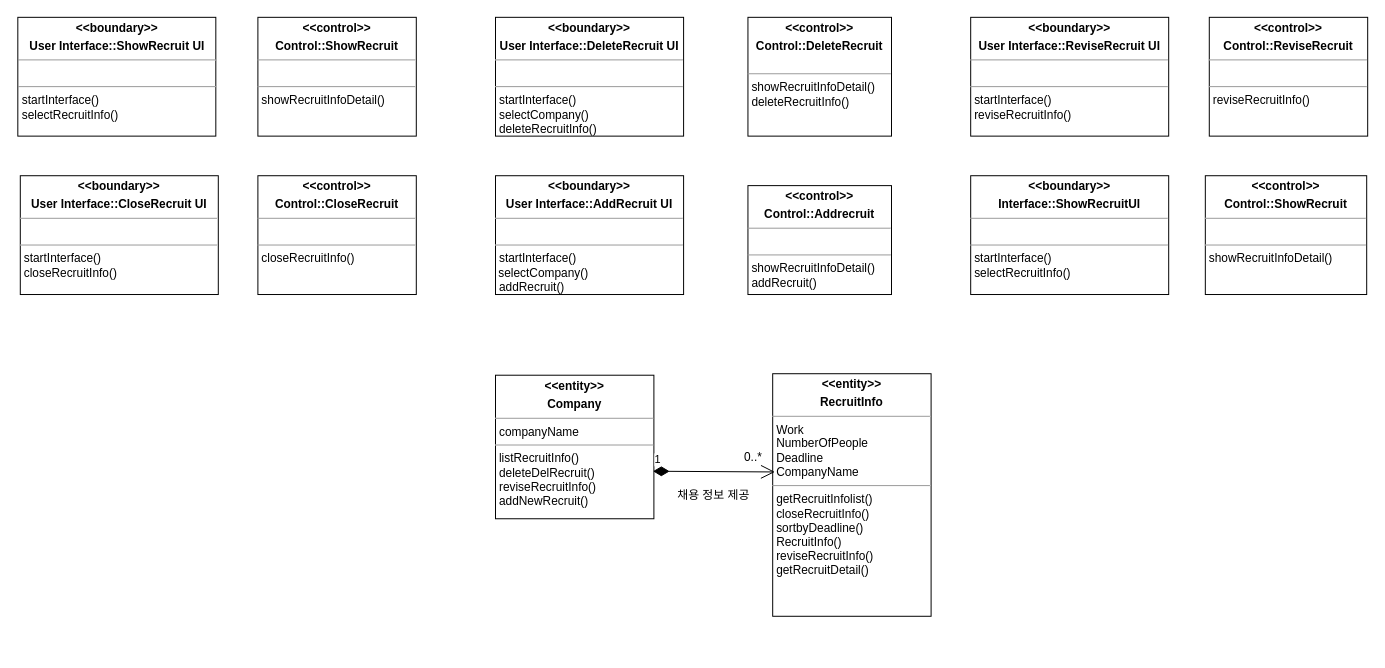
KimTaemin-Git/SE2 keeps this draw.io diagram as Seongyu/AnalysisDiagram_B715102_유선규.drawio. Above is the earlier version. Source tidied: cells renumbered, new cells numbered last; positions are measured from the earlier drawing's top-left corner, leaving out a move shared by most shapes. Both pictures are drawn from the tidied source at 99%, with x=0, y=0 at pixel (18, 17).
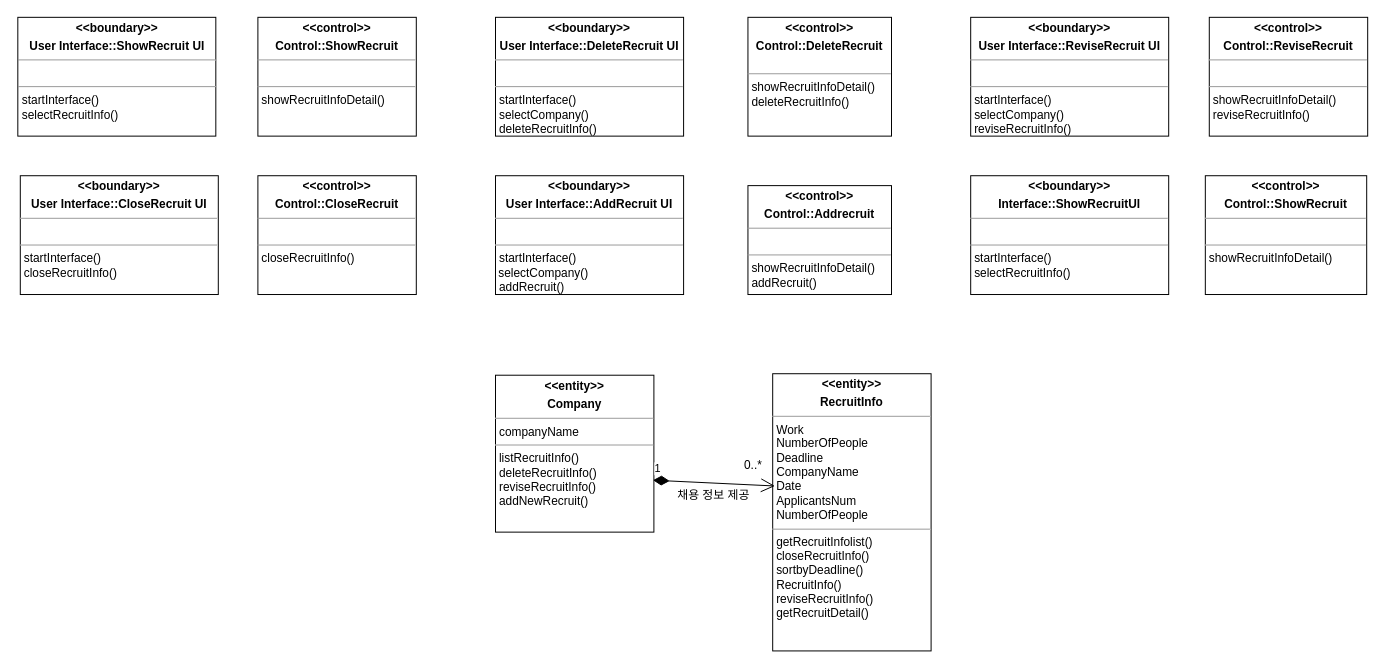
The same diagram, later.

Diff of the diagram source:
```diff
@@
 <mxGraphModel>
   <root>
     <mxCell id="0" />
     <mxCell id="1" parent="0" />
     <mxCell id="2" value="&lt;p style=&quot;margin:0px;margin-top:4px;text-align:center;&quot;&gt;&lt;b&gt;&amp;lt;&amp;lt;boundary&amp;gt;&amp;gt;&lt;/b&gt;&lt;/p&gt;&lt;p style=&quot;margin:0px;margin-top:4px;text-align:center;&quot;&gt;&lt;b&gt;User Interface::CloseRecruit UI&lt;/b&gt;&lt;/p&gt;&lt;hr size=&quot;1&quot;&gt;&lt;p style=&quot;margin:0px;margin-left:4px;&quot;&gt;&lt;br&gt;&lt;/p&gt;&lt;hr size=&quot;1&quot;&gt;&lt;p style=&quot;margin:0px;margin-left:4px;&quot;&gt;startInterface()&lt;/p&gt;&lt;p style=&quot;margin:0px;margin-left:4px;&quot;&gt;closeRecruitInfo()&lt;/p&gt;&lt;p style=&quot;margin:0px;margin-left:4px;&quot;&gt;&lt;br&gt;&lt;/p&gt;" style="verticalAlign=top;align=left;overflow=fill;fontSize=12;fontFamily=Helvetica;html=1;whiteSpace=wrap;" parent="1" vertex="1">
       <mxGeometry x="2" y="160" width="200" height="120" as="geometry" />
     </mxCell>
     <mxCell id="3" value="&lt;p style=&quot;margin:0px;margin-top:4px;text-align:center;&quot;&gt;&lt;b&gt;&amp;lt;&amp;lt;control&amp;gt;&amp;gt;&lt;/b&gt;&lt;/p&gt;&lt;p style=&quot;margin:0px;margin-top:4px;text-align:center;&quot;&gt;&lt;b&gt;Control::CloseRecruit&lt;/b&gt;&lt;/p&gt;&lt;hr size=&quot;1&quot;&gt;&lt;p style=&quot;margin:0px;margin-left:4px;&quot;&gt;&lt;br&gt;&lt;/p&gt;&lt;hr size=&quot;1&quot;&gt;&lt;p style=&quot;margin:0px;margin-left:4px;&quot;&gt;closeRecruitInfo()&lt;/p&gt;&lt;p style=&quot;margin:0px;margin-left:4px;&quot;&gt;&lt;br&gt;&lt;/p&gt;" style="verticalAlign=top;align=left;overflow=fill;fontSize=12;fontFamily=Helvetica;html=1;whiteSpace=wrap;" parent="1" vertex="1">
       <mxGeometry x="242" y="160" width="160" height="120" as="geometry" />
     </mxCell>
     <mxCell id="4" value="채용 정보 제공" style="text;html=1;align=center;verticalAlign=middle;strokeColor=none;fillColor=none;" parent="1" vertex="1">
       <mxGeometry x="652" y="467.5" width="100" height="30" as="geometry" />
     </mxCell>
-    <mxCell id="5" value="&lt;p style=&quot;margin:0px;margin-top:4px;text-align:center;&quot;&gt;&lt;b&gt;&amp;lt;&amp;lt;entity&amp;gt;&amp;gt;&lt;/b&gt;&lt;/p&gt;&lt;p style=&quot;margin:0px;margin-top:4px;text-align:center;&quot;&gt;&lt;b&gt;Company&lt;/b&gt;&lt;/p&gt;&lt;hr size=&quot;1&quot;&gt;&lt;p style=&quot;margin:0px;margin-left:4px;&quot;&gt;companyName&lt;/p&gt;&lt;hr size=&quot;1&quot;&gt;&lt;p style=&quot;margin:0px;margin-left:4px;&quot;&gt;listRecruitInfo()&lt;/p&gt;&lt;p style=&quot;margin:0px;margin-left:4px;&quot;&gt;deleteDelRecruit()&lt;br&gt;&lt;/p&gt;&lt;p style=&quot;margin:0px;margin-left:4px;&quot;&gt;reviseRecruitInfo()&lt;br&gt;&lt;/p&gt;&lt;p style=&quot;margin:0px;margin-left:4px;&quot;&gt;addNewRecruit()&lt;br&gt;&lt;/p&gt;" style="verticalAlign=top;align=left;overflow=fill;fontSize=12;fontFamily=Helvetica;html=1;whiteSpace=wrap;" parent="1" vertex="1">
-      <mxGeometry x="482" y="361.5" width="160" height="145" as="geometry" />
+    <mxCell id="5" value="&lt;p style=&quot;margin:0px;margin-top:4px;text-align:center;&quot;&gt;&lt;b&gt;&amp;lt;&amp;lt;entity&amp;gt;&amp;gt;&lt;/b&gt;&lt;/p&gt;&lt;p style=&quot;margin:0px;margin-top:4px;text-align:center;&quot;&gt;&lt;b&gt;Company&lt;/b&gt;&lt;/p&gt;&lt;hr size=&quot;1&quot;&gt;&lt;p style=&quot;margin:0px;margin-left:4px;&quot;&gt;companyName&lt;/p&gt;&lt;hr size=&quot;1&quot;&gt;&lt;p style=&quot;margin:0px;margin-left:4px;&quot;&gt;listRecruitInfo()&lt;/p&gt;&lt;p style=&quot;margin:0px;margin-left:4px;&quot;&gt;deleteRecruitInfo()&lt;br&gt;&lt;/p&gt;&lt;p style=&quot;margin:0px;margin-left:4px;&quot;&gt;reviseRecruitInfo()&lt;br&gt;&lt;/p&gt;&lt;p style=&quot;margin:0px;margin-left:4px;&quot;&gt;addNewRecruit()&lt;br&gt;&lt;/p&gt;&lt;p style=&quot;margin:0px;margin-left:4px;&quot;&gt;&lt;br&gt;&lt;/p&gt;" style="verticalAlign=top;align=left;overflow=fill;fontSize=12;fontFamily=Helvetica;html=1;whiteSpace=wrap;" parent="1" vertex="1">
+      <mxGeometry x="482" y="361.5" width="160" height="158.5" as="geometry" />
     </mxCell>
-    <mxCell id="6" value="&lt;p style=&quot;margin:0px;margin-top:4px;text-align:center;&quot;&gt;&lt;b&gt;&amp;lt;&amp;lt;entity&amp;gt;&amp;gt;&lt;/b&gt;&lt;/p&gt;&lt;p style=&quot;margin:0px;margin-top:4px;text-align:center;&quot;&gt;&lt;b&gt;RecruitInfo&lt;/b&gt;&lt;/p&gt;&lt;hr size=&quot;1&quot;&gt;&lt;p style=&quot;margin:0px;margin-left:4px;&quot;&gt;Work&lt;/p&gt;&lt;p style=&quot;margin:0px;margin-left:4px;&quot;&gt;NumberOfPeople&lt;/p&gt;&lt;p style=&quot;margin:0px;margin-left:4px;&quot;&gt;Deadline&lt;/p&gt;&lt;p style=&quot;margin:0px;margin-left:4px;&quot;&gt;CompanyName&lt;/p&gt;&lt;hr size=&quot;1&quot;&gt;&lt;p style=&quot;margin:0px;margin-left:4px;&quot;&gt;getRecruitInfolist()&lt;/p&gt;&lt;p style=&quot;margin:0px;margin-left:4px;&quot;&gt;closeRecruitInfo()&lt;/p&gt;&lt;p style=&quot;margin:0px;margin-left:4px;&quot;&gt;sortbyDeadline()&lt;br&gt;&lt;/p&gt;&lt;p style=&quot;margin:0px;margin-left:4px;&quot;&gt;RecruitInfo()&lt;br&gt;&lt;/p&gt;&lt;p style=&quot;margin:0px;margin-left:4px;&quot;&gt;reviseRecruitInfo()&lt;br&gt;&lt;/p&gt;&lt;p style=&quot;margin:0px;margin-left:4px;&quot;&gt;getRecruitDetail()&lt;br&gt;&lt;/p&gt;" style="verticalAlign=top;align=left;overflow=fill;fontSize=12;fontFamily=Helvetica;html=1;whiteSpace=wrap;" parent="1" vertex="1">
-      <mxGeometry x="762" y="360" width="160" height="245" as="geometry" />
+    <mxCell id="6" value="&lt;p style=&quot;margin:0px;margin-top:4px;text-align:center;&quot;&gt;&lt;b&gt;&amp;lt;&amp;lt;entity&amp;gt;&amp;gt;&lt;/b&gt;&lt;/p&gt;&lt;p style=&quot;margin:0px;margin-top:4px;text-align:center;&quot;&gt;&lt;b&gt;RecruitInfo&lt;/b&gt;&lt;/p&gt;&lt;hr size=&quot;1&quot;&gt;&lt;p style=&quot;margin:0px;margin-left:4px;&quot;&gt;Work&lt;/p&gt;&lt;p style=&quot;margin:0px;margin-left:4px;&quot;&gt;NumberOfPeople&lt;/p&gt;&lt;p style=&quot;margin:0px;margin-left:4px;&quot;&gt;Deadline&lt;/p&gt;&lt;p style=&quot;margin:0px;margin-left:4px;&quot;&gt;CompanyName&lt;/p&gt;&lt;p style=&quot;margin:0px;margin-left:4px;&quot;&gt;Date&lt;/p&gt;&lt;p style=&quot;margin:0px;margin-left:4px;&quot;&gt;ApplicantsNum&lt;/p&gt;&lt;p style=&quot;margin:0px;margin-left:4px;&quot;&gt;NumberOfPeople&lt;/p&gt;&lt;hr size=&quot;1&quot;&gt;&lt;p style=&quot;margin:0px;margin-left:4px;&quot;&gt;getRecruitInfolist()&lt;/p&gt;&lt;p style=&quot;margin:0px;margin-left:4px;&quot;&gt;closeRecruitInfo()&lt;/p&gt;&lt;p style=&quot;margin:0px;margin-left:4px;&quot;&gt;sortbyDeadline()&lt;br&gt;&lt;/p&gt;&lt;p style=&quot;margin:0px;margin-left:4px;&quot;&gt;RecruitInfo()&lt;br&gt;&lt;/p&gt;&lt;p style=&quot;margin:0px;margin-left:4px;&quot;&gt;reviseRecruitInfo()&lt;br&gt;&lt;/p&gt;&lt;p style=&quot;margin:0px;margin-left:4px;&quot;&gt;getRecruitDetail()&lt;br&gt;&lt;/p&gt;" style="verticalAlign=top;align=left;overflow=fill;fontSize=12;fontFamily=Helvetica;html=1;whiteSpace=wrap;" parent="1" vertex="1">
+      <mxGeometry x="762" y="360" width="160" height="280" as="geometry" />
     </mxCell>
     <mxCell id="7" value="1" style="endArrow=open;html=1;endSize=12;startArrow=diamondThin;startSize=14;startFill=1;align=left;verticalAlign=bottom;rounded=0;entryX=0.014;entryY=0.405;entryDx=0;entryDy=0;entryPerimeter=0;exitX=0.994;exitY=0.669;exitDx=0;exitDy=0;exitPerimeter=0;" parent="1" edge="1" source="5" target="6">
       <mxGeometry x="-1" y="3" relative="1" as="geometry" />
     </mxCell>
     <mxCell id="8" value="&lt;p style=&quot;margin:0px;margin-top:4px;text-align:center;&quot;&gt;&lt;b&gt;&amp;lt;&amp;lt;boundary&amp;gt;&amp;gt;&lt;/b&gt;&lt;/p&gt;&lt;p style=&quot;margin:0px;margin-top:4px;text-align:center;&quot;&gt;&lt;b&gt;User Interface::ShowRecruit UI&lt;/b&gt;&lt;/p&gt;&lt;hr size=&quot;1&quot;&gt;&lt;p style=&quot;margin:0px;margin-left:4px;&quot;&gt;&lt;br&gt;&lt;/p&gt;&lt;hr size=&quot;1&quot;&gt;&lt;p style=&quot;margin:0px;margin-left:4px;&quot;&gt;&lt;span style=&quot;background-color: initial; --darkreader-inline-bgcolor: initial;&quot;&gt;startInterface()&lt;/span&gt;&lt;/p&gt;&lt;p style=&quot;margin:0px;margin-left:4px;&quot;&gt;selectRecruitInfo()&lt;/p&gt;&lt;p style=&quot;margin:0px;margin-left:4px;&quot;&gt;&lt;br&gt;&lt;/p&gt;&lt;p style=&quot;margin:0px;margin-left:4px;&quot;&gt;&lt;br&gt;&lt;/p&gt;" style="verticalAlign=top;align=left;overflow=fill;fontSize=12;fontFamily=Helvetica;html=1;whiteSpace=wrap;" parent="1" vertex="1">
       <mxGeometry x="-0.5" width="200" height="120" as="geometry" />
     </mxCell>
     <mxCell id="9" value="&lt;p style=&quot;margin:0px;margin-top:4px;text-align:center;&quot;&gt;&lt;b&gt;&amp;lt;&amp;lt;control&amp;gt;&amp;gt;&lt;/b&gt;&lt;/p&gt;&lt;p style=&quot;margin:0px;margin-top:4px;text-align:center;&quot;&gt;&lt;b&gt;Control::ShowRecruit&lt;/b&gt;&lt;/p&gt;&lt;hr size=&quot;1&quot;&gt;&lt;p style=&quot;margin:0px;margin-left:4px;&quot;&gt;&lt;br&gt;&lt;/p&gt;&lt;hr size=&quot;1&quot;&gt;&lt;p style=&quot;margin:0px;margin-left:4px;&quot;&gt;showRecruitInfoDetail()&lt;/p&gt;&lt;p style=&quot;margin:0px;margin-left:4px;&quot;&gt;&lt;br&gt;&lt;/p&gt;&lt;p style=&quot;margin:0px;margin-left:4px;&quot;&gt;&lt;br&gt;&lt;/p&gt;" style="verticalAlign=top;align=left;overflow=fill;fontSize=12;fontFamily=Helvetica;html=1;whiteSpace=wrap;" parent="1" vertex="1">
       <mxGeometry x="242" width="160" height="120" as="geometry" />
     </mxCell>
     <mxCell id="10" value="&lt;p style=&quot;margin:0px;margin-top:4px;text-align:center;&quot;&gt;&lt;b&gt;&amp;lt;&amp;lt;boundary&amp;gt;&amp;gt;&lt;/b&gt;&lt;/p&gt;&lt;p style=&quot;margin:0px;margin-top:4px;text-align:center;&quot;&gt;&lt;b&gt;User Interface::DeleteRecruit UI&lt;/b&gt;&lt;/p&gt;&lt;hr size=&quot;1&quot;&gt;&lt;p style=&quot;margin:0px;margin-left:4px;&quot;&gt;&lt;br&gt;&lt;/p&gt;&lt;hr size=&quot;1&quot;&gt;&lt;p style=&quot;margin:0px;margin-left:4px;&quot;&gt;startInterface()&lt;/p&gt;&lt;p style=&quot;margin:0px;margin-left:4px;&quot;&gt;selectCompany()&lt;/p&gt;&lt;p style=&quot;margin:0px;margin-left:4px;&quot;&gt;deleteRecruitInfo()&lt;/p&gt;&lt;p style=&quot;margin:0px;margin-left:4px;&quot;&gt;&lt;br&gt;&lt;/p&gt;" style="verticalAlign=top;align=left;overflow=fill;fontSize=12;fontFamily=Helvetica;html=1;whiteSpace=wrap;" parent="1" vertex="1">
       <mxGeometry x="482" width="190" height="120" as="geometry" />
     </mxCell>
     <mxCell id="11" value="&lt;p style=&quot;margin:0px;margin-top:4px;text-align:center;&quot;&gt;&lt;b&gt;&amp;lt;&amp;lt;control&amp;gt;&amp;gt;&lt;/b&gt;&lt;/p&gt;&lt;p style=&quot;margin:0px;margin-top:4px;text-align:center;&quot;&gt;&lt;b&gt;Control::DeleteRecruit&lt;/b&gt;&lt;/p&gt;&lt;p style=&quot;margin:0px;margin-left:4px;&quot;&gt;&lt;br&gt;&lt;/p&gt;&lt;hr size=&quot;1&quot;&gt;&lt;p style=&quot;margin:0px;margin-left:4px;&quot;&gt;showRecruitInfoDetail()&lt;br style=&quot;border-color: var(--darkreader-border--border-color); --darkreader-inline-border: var(--darkreader-border--darkreader-border--border-color);&quot;&gt;deleteRecruitInfo()&lt;br&gt;&lt;/p&gt;&lt;p style=&quot;margin:0px;margin-left:4px;&quot;&gt;&lt;br&gt;&lt;/p&gt;" style="verticalAlign=top;align=left;overflow=fill;fontSize=12;fontFamily=Helvetica;html=1;whiteSpace=wrap;" parent="1" vertex="1">
       <mxGeometry x="737" width="145" height="120" as="geometry" />
     </mxCell>
-    <mxCell id="12" value="&lt;p style=&quot;margin:0px;margin-top:4px;text-align:center;&quot;&gt;&lt;b&gt;&amp;lt;&amp;lt;boundary&amp;gt;&amp;gt;&lt;/b&gt;&lt;/p&gt;&lt;p style=&quot;margin:0px;margin-top:4px;text-align:center;&quot;&gt;&lt;b&gt;User Interface::ReviseRecruit UI&lt;/b&gt;&lt;/p&gt;&lt;hr size=&quot;1&quot;&gt;&lt;p style=&quot;margin:0px;margin-left:4px;&quot;&gt;&lt;br&gt;&lt;/p&gt;&lt;hr size=&quot;1&quot;&gt;&lt;p style=&quot;margin:0px;margin-left:4px;&quot;&gt;startInterface()&lt;/p&gt;&lt;p style=&quot;margin:0px;margin-left:4px;&quot;&gt;reviseRecruitInfo()&lt;/p&gt;&lt;p style=&quot;margin:0px;margin-left:4px;&quot;&gt;&lt;br&gt;&lt;/p&gt;" style="verticalAlign=top;align=left;overflow=fill;fontSize=12;fontFamily=Helvetica;html=1;whiteSpace=wrap;" parent="1" vertex="1">
+    <mxCell id="12" value="&lt;p style=&quot;margin:0px;margin-top:4px;text-align:center;&quot;&gt;&lt;b&gt;&amp;lt;&amp;lt;boundary&amp;gt;&amp;gt;&lt;/b&gt;&lt;/p&gt;&lt;p style=&quot;margin:0px;margin-top:4px;text-align:center;&quot;&gt;&lt;b&gt;User Interface::ReviseRecruit UI&lt;/b&gt;&lt;/p&gt;&lt;hr size=&quot;1&quot;&gt;&lt;p style=&quot;margin:0px;margin-left:4px;&quot;&gt;&lt;br&gt;&lt;/p&gt;&lt;hr size=&quot;1&quot;&gt;&lt;p style=&quot;margin:0px;margin-left:4px;&quot;&gt;startInterface()&lt;/p&gt;&lt;p style=&quot;margin:0px;margin-left:4px;&quot;&gt;selectCompany()&lt;br&gt;&lt;/p&gt;&lt;p style=&quot;margin:0px;margin-left:4px;&quot;&gt;reviseRecruitInfo()&lt;/p&gt;&lt;p style=&quot;margin:0px;margin-left:4px;&quot;&gt;&lt;br&gt;&lt;/p&gt;" style="verticalAlign=top;align=left;overflow=fill;fontSize=12;fontFamily=Helvetica;html=1;whiteSpace=wrap;" parent="1" vertex="1">
       <mxGeometry x="962" width="200" height="120" as="geometry" />
     </mxCell>
-    <mxCell id="13" value="&lt;p style=&quot;margin:0px;margin-top:4px;text-align:center;&quot;&gt;&lt;b&gt;&amp;lt;&amp;lt;control&amp;gt;&amp;gt;&lt;/b&gt;&lt;/p&gt;&lt;p style=&quot;margin:0px;margin-top:4px;text-align:center;&quot;&gt;&lt;b&gt;Control::ReviseRecruit&lt;/b&gt;&lt;/p&gt;&lt;hr size=&quot;1&quot;&gt;&lt;p style=&quot;margin:0px;margin-left:4px;&quot;&gt;&lt;br&gt;&lt;/p&gt;&lt;hr size=&quot;1&quot;&gt;&lt;p style=&quot;margin:0px;margin-left:4px;&quot;&gt;reviseRecruitInfo()&lt;/p&gt;&lt;p style=&quot;margin:0px;margin-left:4px;&quot;&gt;&lt;br&gt;&lt;/p&gt;" style="verticalAlign=top;align=left;overflow=fill;fontSize=12;fontFamily=Helvetica;html=1;whiteSpace=wrap;" parent="1" vertex="1">
+    <mxCell id="13" value="&lt;p style=&quot;margin:0px;margin-top:4px;text-align:center;&quot;&gt;&lt;b&gt;&amp;lt;&amp;lt;control&amp;gt;&amp;gt;&lt;/b&gt;&lt;/p&gt;&lt;p style=&quot;margin:0px;margin-top:4px;text-align:center;&quot;&gt;&lt;b&gt;Control::ReviseRecruit&lt;/b&gt;&lt;/p&gt;&lt;hr size=&quot;1&quot;&gt;&lt;p style=&quot;margin:0px;margin-left:4px;&quot;&gt;&lt;br&gt;&lt;/p&gt;&lt;hr size=&quot;1&quot;&gt;&lt;p style=&quot;margin:0px;margin-left:4px;&quot;&gt;showRecruitInfoDetail()&lt;br&gt;&lt;/p&gt;&lt;p style=&quot;margin:0px;margin-left:4px;&quot;&gt;reviseRecruitInfo()&lt;/p&gt;&lt;p style=&quot;margin:0px;margin-left:4px;&quot;&gt;&lt;br&gt;&lt;/p&gt;" style="verticalAlign=top;align=left;overflow=fill;fontSize=12;fontFamily=Helvetica;html=1;whiteSpace=wrap;" parent="1" vertex="1">
       <mxGeometry x="1203" width="160" height="120" as="geometry" />
     </mxCell>
     <mxCell id="14" value="&lt;p style=&quot;margin:0px;margin-top:4px;text-align:center;&quot;&gt;&lt;b&gt;&amp;lt;&amp;lt;boundary&amp;gt;&amp;gt;&lt;/b&gt;&lt;/p&gt;&lt;p style=&quot;margin:0px;margin-top:4px;text-align:center;&quot;&gt;&lt;b&gt;Interface::ShowRecruitUI&lt;/b&gt;&lt;/p&gt;&lt;hr size=&quot;1&quot;&gt;&lt;p style=&quot;margin:0px;margin-left:4px;&quot;&gt;&lt;br&gt;&lt;/p&gt;&lt;hr size=&quot;1&quot;&gt;&lt;p style=&quot;margin:0px;margin-left:4px;&quot;&gt;startInterface()&lt;/p&gt;&lt;p style=&quot;margin:0px;margin-left:4px;&quot;&gt;selectRecruitInfo()&lt;/p&gt;&lt;p style=&quot;margin:0px;margin-left:4px;&quot;&gt;&lt;br&gt;&lt;/p&gt;" style="verticalAlign=top;align=left;overflow=fill;fontSize=12;fontFamily=Helvetica;html=1;whiteSpace=wrap;" parent="1" vertex="1">
       <mxGeometry x="962" y="160" width="200" height="120" as="geometry" />
     </mxCell>
     <mxCell id="15" value="&lt;p style=&quot;margin:0px;margin-top:4px;text-align:center;&quot;&gt;&lt;b&gt;&amp;lt;&amp;lt;control&amp;gt;&amp;gt;&lt;/b&gt;&lt;/p&gt;&lt;p style=&quot;margin:0px;margin-top:4px;text-align:center;&quot;&gt;&lt;b&gt;Control::ShowRecruit&lt;/b&gt;&lt;/p&gt;&lt;hr size=&quot;1&quot;&gt;&lt;p style=&quot;margin:0px;margin-left:4px;&quot;&gt;&lt;br&gt;&lt;/p&gt;&lt;hr size=&quot;1&quot;&gt;&lt;p style=&quot;margin:0px;margin-left:4px;&quot;&gt;showRecruitInfoDetail()&lt;/p&gt;" style="verticalAlign=top;align=left;overflow=fill;fontSize=12;fontFamily=Helvetica;html=1;whiteSpace=wrap;" parent="1" vertex="1">
       <mxGeometry x="1199" y="160" width="163" height="120" as="geometry" />
     </mxCell>
     <mxCell id="16" value="&lt;p style=&quot;margin: 4px 0px 0px; text-align: center;&quot;&gt;&lt;b&gt;&amp;lt;&amp;lt;boundary&amp;gt;&amp;gt;&lt;/b&gt;&lt;/p&gt;&lt;p style=&quot;margin:0px;margin-top:4px;text-align:center;&quot;&gt;&lt;b&gt;User Interface::AddRecruit UI&lt;/b&gt;&lt;/p&gt;&lt;hr size=&quot;1&quot;&gt;&lt;p style=&quot;margin:0px;margin-left:4px;&quot;&gt;&lt;br&gt;&lt;/p&gt;&lt;hr size=&quot;1&quot;&gt;&lt;p style=&quot;margin:0px;margin-left:4px;&quot;&gt;startInterface()&lt;/p&gt;&lt;p style=&quot;margin:0px;margin-left:4px;&quot;&gt;&lt;/p&gt;&amp;nbsp;selectCompany()&lt;p style=&quot;margin:0px;margin-left:4px;&quot;&gt;addRecruit()&lt;/p&gt;&lt;p style=&quot;margin:0px;margin-left:4px;&quot;&gt;&lt;br&gt;&lt;/p&gt;" style="verticalAlign=top;align=left;overflow=fill;fontSize=12;fontFamily=Helvetica;html=1;whiteSpace=wrap;" parent="1" vertex="1">
       <mxGeometry x="482" y="160" width="190" height="120" as="geometry" />
     </mxCell>
     <mxCell id="17" value="&lt;p style=&quot;margin:0px;margin-top:4px;text-align:center;&quot;&gt;&lt;b&gt;&amp;lt;&amp;lt;control&amp;gt;&amp;gt;&lt;/b&gt;&lt;/p&gt;&lt;p style=&quot;margin:0px;margin-top:4px;text-align:center;&quot;&gt;&lt;b&gt;Control::Addrecruit&lt;/b&gt;&lt;/p&gt;&lt;hr size=&quot;1&quot;&gt;&lt;p style=&quot;margin:0px;margin-left:4px;&quot;&gt;&lt;br&gt;&lt;/p&gt;&lt;hr size=&quot;1&quot;&gt;&lt;p style=&quot;margin:0px;margin-left:4px;&quot;&gt;showRecruitInfoDetail()&lt;/p&gt;&lt;p style=&quot;margin:0px;margin-left:4px;&quot;&gt;addRecruit()&lt;/p&gt;&lt;p style=&quot;margin:0px;margin-left:4px;&quot;&gt;&lt;br&gt;&lt;/p&gt;" style="verticalAlign=top;align=left;overflow=fill;fontSize=12;fontFamily=Helvetica;html=1;whiteSpace=wrap;" parent="1" vertex="1">
       <mxGeometry x="737" y="170" width="145" height="110" as="geometry" />
     </mxCell>
     <mxCell id="18" value="0..*" style="text;html=1;align=center;verticalAlign=middle;strokeColor=none;fillColor=none;" parent="1" vertex="1">
-      <mxGeometry x="722" y="430" width="40" height="30" as="geometry" />
+      <mxGeometry x="722" y="437.5" width="40" height="30" as="geometry" />
     </mxCell>
   </root>
 </mxGraphModel>
```
